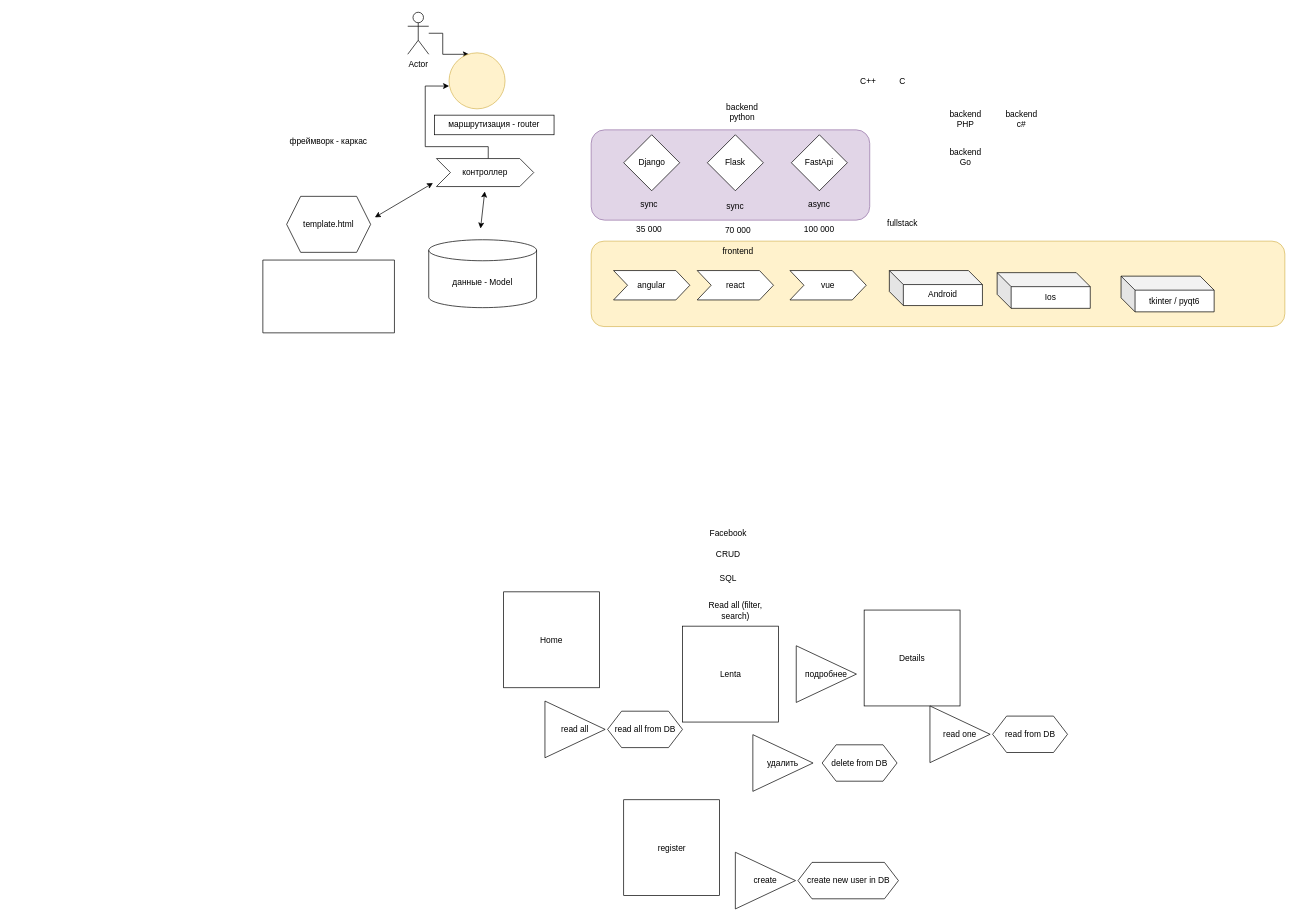
The draw.io diagram projects/4/web.drawio in bogdandrienko/PyE-222-1, before the edit. Source tidied: cells renumbered, new cells numbered last; positions are measured from the earlier drawing's top-left corner, leaving out a move shared by most shapes. Both pictures are drawn from the tidied source at 70%, with x=0, y=0 at pixel (262, 12).
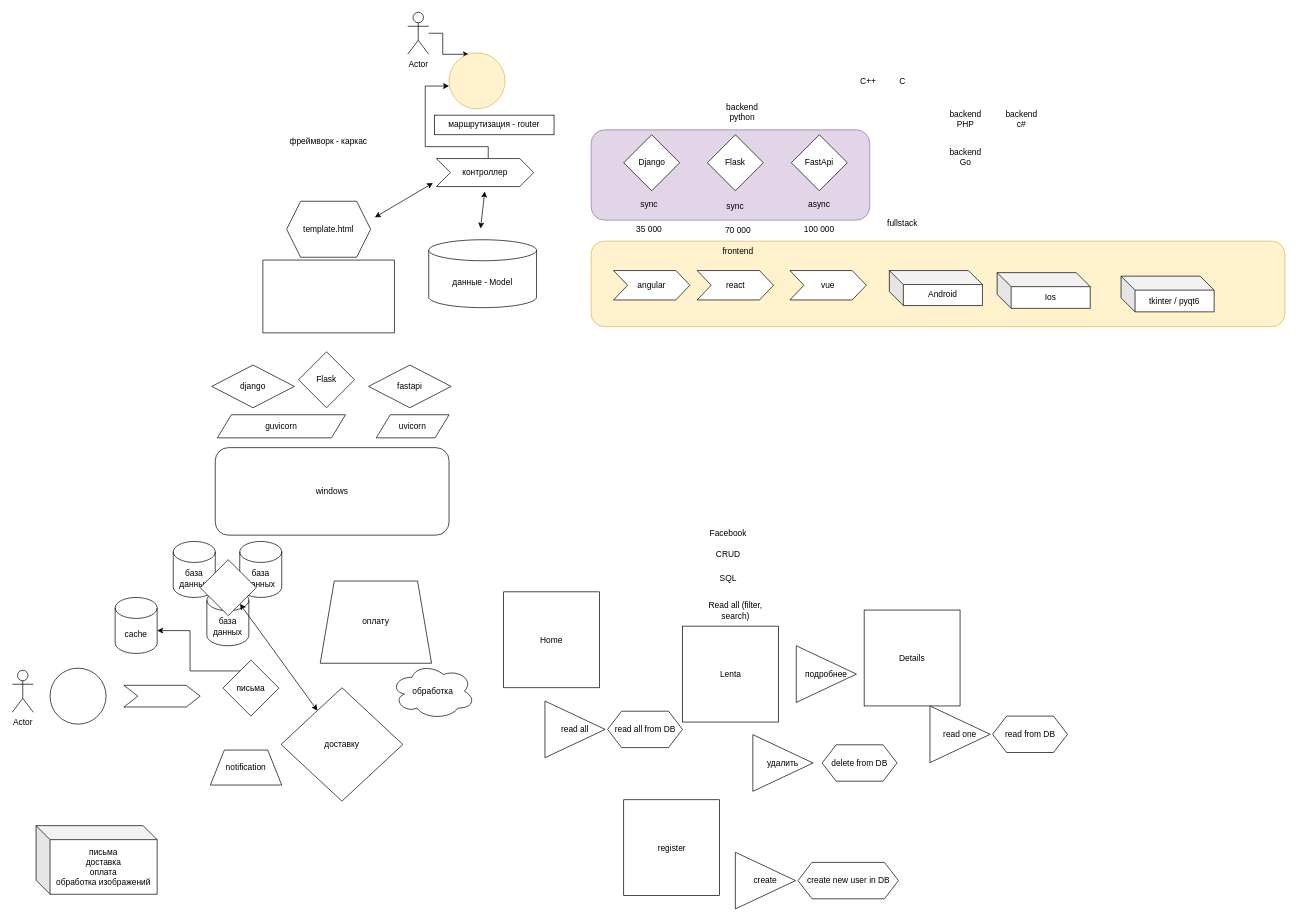
After the change.

Change to the diagram source:
```diff
@@
     <mxCell id="31" value="template.html" style="shape=hexagon;perimeter=hexagonPerimeter2;whiteSpace=wrap;html=1;fixedSize=1;" parent="1" vertex="1">
-      <mxGeometry x="34" y="263" width="120" height="80" as="geometry" />
+      <mxGeometry x="34" y="270" width="120" height="80" as="geometry" />
     </mxCell>
@@
+    <mxCell id="56" value="windows" style="rounded=1;whiteSpace=wrap;html=1;" parent="1" vertex="1">
+      <mxGeometry x="-68" y="622" width="334" height="125" as="geometry" />
+    </mxCell>
+    <mxCell id="57" value="fastapi" style="rhombus;whiteSpace=wrap;html=1;" parent="1" vertex="1">
+      <mxGeometry x="151" y="504" width="118" height="61" as="geometry" />
+    </mxCell>
+    <mxCell id="58" value="uvicorn" style="shape=parallelogram;perimeter=parallelogramPerimeter;whiteSpace=wrap;html=1;fixedSize=1;" parent="1" vertex="1">
+      <mxGeometry x="162" y="575" width="104" height="33" as="geometry" />
+    </mxCell>
+    <mxCell id="59" value="django" style="rhombus;whiteSpace=wrap;html=1;" parent="1" vertex="1">
+      <mxGeometry x="-73" y="504" width="118" height="61" as="geometry" />
+    </mxCell>
+    <mxCell id="60" value="guvicorn" style="shape=parallelogram;perimeter=parallelogramPerimeter;whiteSpace=wrap;html=1;fixedSize=1;" parent="1" vertex="1">
+      <mxGeometry x="-65" y="575" width="183" height="33" as="geometry" />
+    </mxCell>
+    <mxCell id="61" value="Flask" style="rhombus;whiteSpace=wrap;html=1;" parent="1" vertex="1">
+      <mxGeometry x="51" y="485" width="80" height="80" as="geometry" />
+    </mxCell>
+    <mxCell id="62" value="Actor" style="shape=umlActor;verticalLabelPosition=bottom;verticalAlign=top;html=1;" parent="1" vertex="1">
+      <mxGeometry x="-358" y="940" width="30" height="60" as="geometry" />
+    </mxCell>
+    <mxCell id="63" style="ellipse;whiteSpace=wrap;html=1;" parent="1" vertex="1">
+      <mxGeometry x="-304" y="937" width="80" height="80" as="geometry" />
+    </mxCell>
+    <mxCell id="64" style="shape=step;perimeter=stepPerimeter;whiteSpace=wrap;html=1;fixedSize=1;" parent="1" vertex="1">
+      <mxGeometry x="-198.5" y="961.5" width="109" height="31" as="geometry" />
+    </mxCell>
+    <mxCell id="65" value="notification" style="shape=trapezoid;perimeter=trapezoidPerimeter;whiteSpace=wrap;html=1;fixedSize=1;" parent="1" vertex="1">
+      <mxGeometry x="-75" y="1054" width="102" height="50" as="geometry" />
+    </mxCell>
+    <mxCell id="66" value="оплату" style="shape=trapezoid;perimeter=trapezoidPerimeter;whiteSpace=wrap;html=1;fixedSize=1;" parent="1" vertex="1">
+      <mxGeometry x="82" y="812.5" width="159" height="117.5" as="geometry" />
+    </mxCell>
+    <mxCell id="67" value="доставку" style="rhombus;whiteSpace=wrap;html=1;" parent="1" vertex="1">
+      <mxGeometry x="26" y="965" width="174" height="162" as="geometry" />
+    </mxCell>
+    <mxCell id="68" style="edgeStyle=orthogonalEdgeStyle;rounded=0;jettySize=auto;html=1;entryX=0.999;entryY=0.592;entryDx=0;entryDy=0;entryPerimeter=0;" parent="1" edge="1" source="69" target="77">
+      <mxGeometry relative="1" as="geometry">
+        <Array as="points">
+          <mxPoint x="-104" y="941" />
+          <mxPoint x="-104" y="883" />
+        </Array>
+      </mxGeometry>
+    </mxCell>
+    <mxCell id="69" value="письма" style="rhombus;whiteSpace=wrap;html=1;" parent="1" vertex="1">
+      <mxGeometry x="-57" y="925.5" width="80" height="80" as="geometry" />
+    </mxCell>
+    <mxCell id="70" value="письма&lt;br&gt;доставка&lt;br&gt;оплата&lt;br&gt;обработка изображений" style="shape=cube;whiteSpace=wrap;html=1;boundedLbl=1;backgroundOutline=1;darkOpacity=0.05;darkOpacity2=0.1;" parent="1" vertex="1">
+      <mxGeometry x="-324" y="1162" width="173" height="98" as="geometry" />
+    </mxCell>
+    <mxCell id="71" value="обработка" style="ellipse;shape=cloud;whiteSpace=wrap;html=1;" parent="1" vertex="1">
+      <mxGeometry x="183" y="930" width="120" height="80" as="geometry" />
+    </mxCell>
+    <mxCell id="72" value="база данных" style="shape=cylinder3;whiteSpace=wrap;html=1;boundedLbl=1;backgroundOutline=1;size=15;" parent="1" vertex="1">
+      <mxGeometry x="-80" y="825" width="60" height="80" as="geometry" />
+    </mxCell>
+    <mxCell id="73" value="база данных" style="shape=cylinder3;whiteSpace=wrap;html=1;boundedLbl=1;backgroundOutline=1;size=15;" parent="1" vertex="1">
+      <mxGeometry x="-128" y="756" width="60" height="80" as="geometry" />
+    </mxCell>
+    <mxCell id="74" value="база данных" style="shape=cylinder3;whiteSpace=wrap;html=1;boundedLbl=1;backgroundOutline=1;size=15;" parent="1" vertex="1">
+      <mxGeometry x="-33" y="756" width="60" height="80" as="geometry" />
+    </mxCell>
+    <mxCell id="75" style="endArrow=classic;startArrow=classic;html=1;rounded=0;" parent="1" edge="1" source="67" target="76">
+      <mxGeometry relative="1" as="geometry" />
+    </mxCell>
+    <mxCell id="76" style="rhombus;whiteSpace=wrap;html=1;" parent="1" vertex="1">
+      <mxGeometry x="-89.5" y="782" width="80" height="80" as="geometry" />
+    </mxCell>
+    <mxCell id="77" value="cache" style="shape=cylinder3;whiteSpace=wrap;html=1;boundedLbl=1;backgroundOutline=1;size=15;" parent="1" vertex="1">
+      <mxGeometry x="-211" y="836" width="60" height="80" as="geometry" />
+    </mxCell>
```
